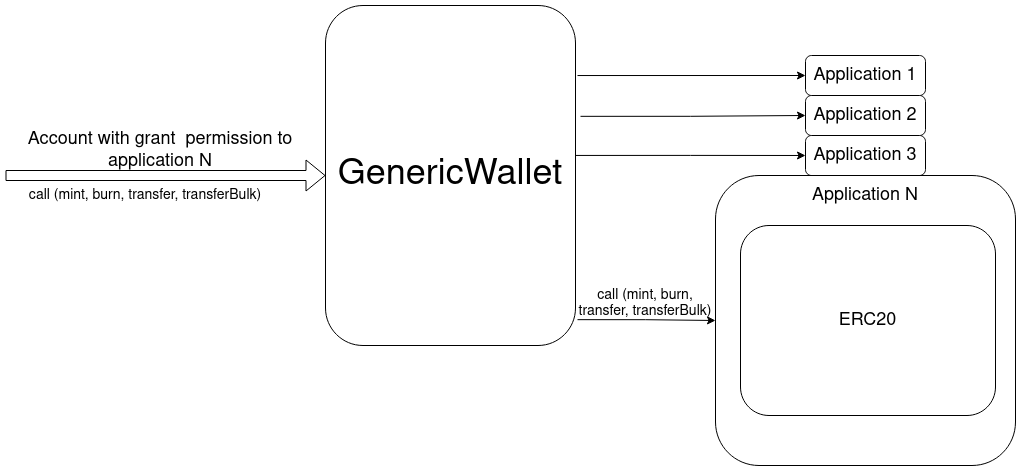
Earlier version of the draw.io export images/GenericWallet.png (edubrunaldi/generic-wallet). Source tidied: cells renumbered, new cells last; positions are measured from the earlier drawing's top-left corner, leaving out a move shared by most shapes.
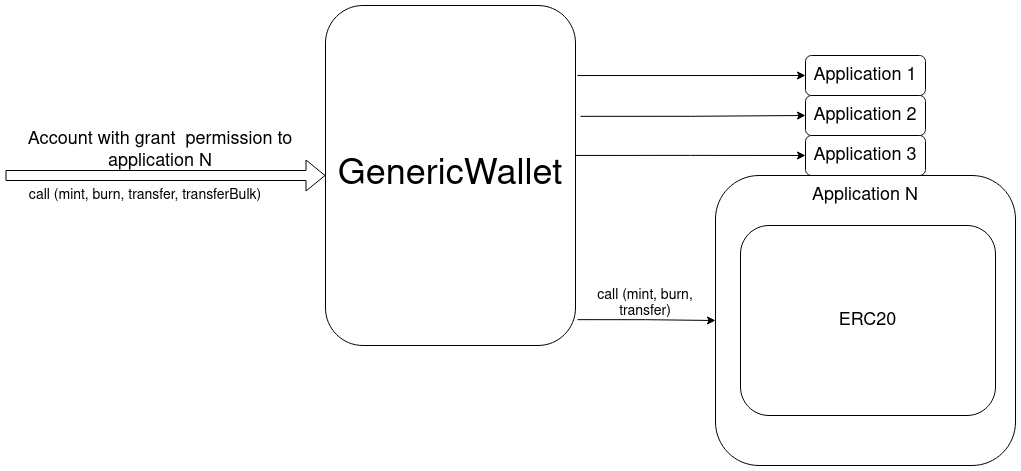
After the change.

What changed in the source:
```diff
@@ -46,7 +46,7 @@
     <mxCell id="15" value="&lt;font style=&quot;font-size: 14px&quot;&gt;call (mint, burn, transfer, transferBulk)&lt;/font&gt;" style="text;html=1;strokeColor=none;fillColor=none;align=center;verticalAlign=middle;whiteSpace=wrap;rounded=0;opacity=0;" parent="1" vertex="1">
       <mxGeometry x="10" y="180" width="260" height="20" as="geometry" />
     </mxCell>
-    <mxCell id="16" value="&lt;font style=&quot;font-size: 14px&quot;&gt;call (mint, burn, transfer, transferBulk)&lt;/font&gt;" style="text;html=1;strokeColor=none;fillColor=none;align=center;verticalAlign=middle;whiteSpace=wrap;rounded=0;opacity=0;" parent="1" vertex="1">
+    <mxCell id="16" value="&lt;font style=&quot;font-size: 14px&quot;&gt;call (mint, burn, transfer)&lt;/font&gt;" style="text;html=1;strokeColor=none;fillColor=none;align=center;verticalAlign=middle;whiteSpace=wrap;rounded=0;opacity=0;" parent="1" vertex="1">
       <mxGeometry x="570" y="288" width="140" height="20" as="geometry" />
     </mxCell>
   </root>
```
